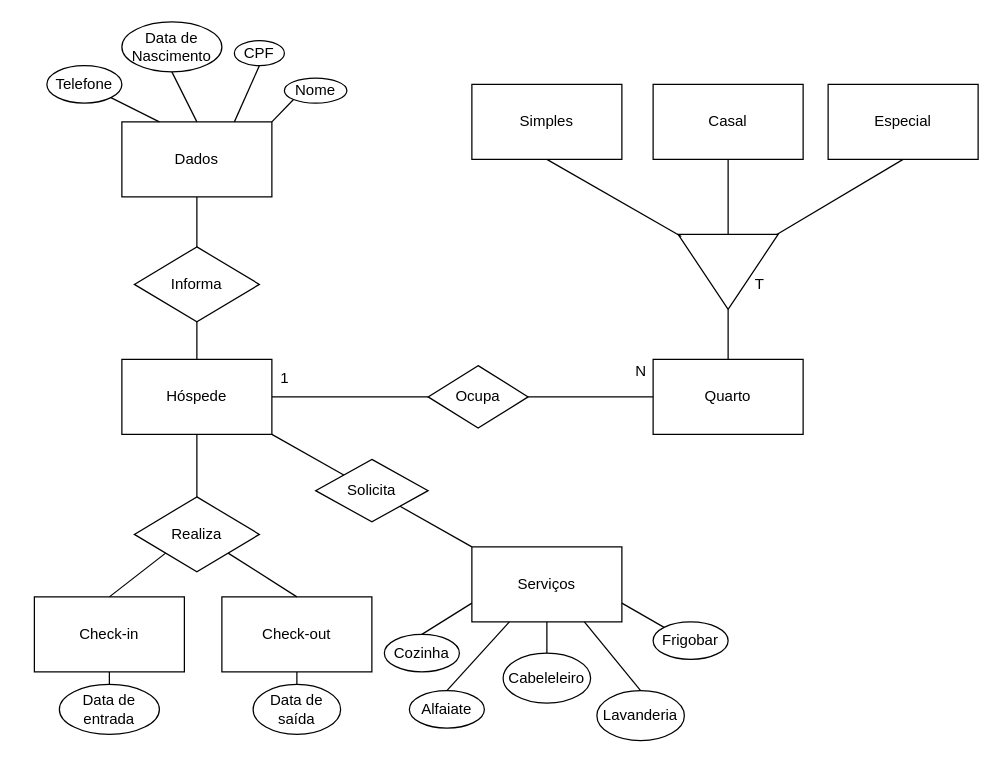
Before: page "Page-2" (2 of 2) of Atividades/Atividade01/Untitled Diagram.drawio in PedroMoT4/MDC053, a draw.io diagram. Source tidied: cells renumbered, new cells numbered last; positions are measured from the earlier drawing's top-left corner, leaving out a move shared by most shapes. Both pictures are drawn from the tidied source at 125%, with x=0, y=0 at pixel (34, 21).
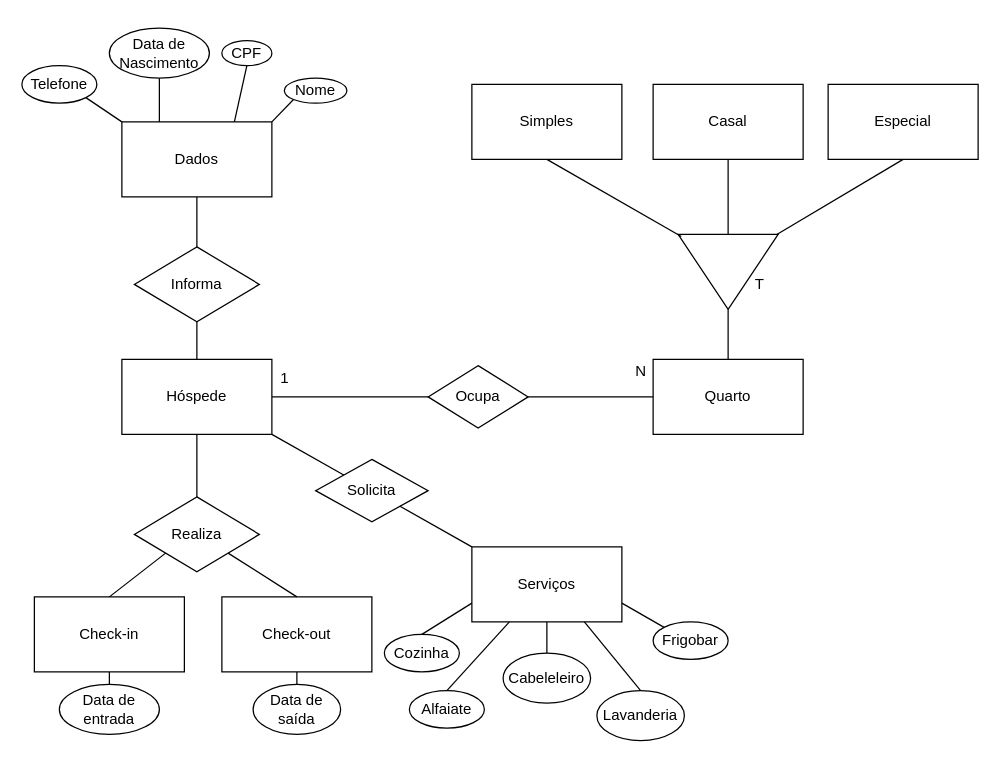
The same diagram, later.

Unchanged cells that the change refers to:
```xml
<mxCell id="3" value="Dados" style="rounded=0;whiteSpace=wrap;html=1;" parent="1" vertex="1">
  <mxGeometry x="70" y="80" width="120" height="60" as="geometry" />
</mxCell>
```

Diff of the diagram source:
```diff
@@
     <mxCell id="5" value="CPF" style="ellipse;whiteSpace=wrap;html=1;" parent="1" vertex="1">
-      <mxGeometry x="160" y="15" width="40" height="20" as="geometry" />
+      <mxGeometry x="150" y="15" width="40" height="20" as="geometry" />
     </mxCell>
     <mxCell id="6" value="Telefone" style="ellipse;whiteSpace=wrap;html=1;" parent="1" vertex="1">
-      <mxGeometry x="10" y="35" width="60" height="30" as="geometry" />
+      <mxGeometry x="-10" y="35" width="60" height="30" as="geometry" />
     </mxCell>
     <mxCell id="7" value="Data de&lt;br&gt;Nascimento" style="ellipse;whiteSpace=wrap;html=1;" parent="1" vertex="1">
-      <mxGeometry x="70" width="80" height="40" as="geometry" />
+      <mxGeometry x="60" y="5" width="80" height="40" as="geometry" />
     </mxCell>
@@
-    <mxCell id="10" style="endArrow=none;html=1;entryX=0.5;entryY=1;entryDx=0;entryDy=0;exitX=0.5;exitY=0;exitDx=0;exitDy=0;" parent="1" edge="1" source="3" target="7">
+    <mxCell id="10" style="endArrow=none;html=1;entryX=0.5;entryY=1;entryDx=0;entryDy=0;exitX=0.25;exitY=0;exitDx=0;exitDy=0;" parent="1" edge="1" source="3" target="7">
       <mxGeometry relative="1" as="geometry" />
     </mxCell>
-    <mxCell id="11" style="endArrow=none;html=1;exitX=1;exitY=1;exitDx=0;exitDy=0;entryX=0.25;entryY=0;entryDx=0;entryDy=0;" parent="1" edge="1" source="6" target="3">
+    <mxCell id="11" style="endArrow=none;html=1;exitX=1;exitY=1;exitDx=0;exitDy=0;entryX=0;entryY=0;entryDx=0;entryDy=0;" parent="1" edge="1" source="6" target="3">
       <mxGeometry relative="1" as="geometry" />
     </mxCell>
```
